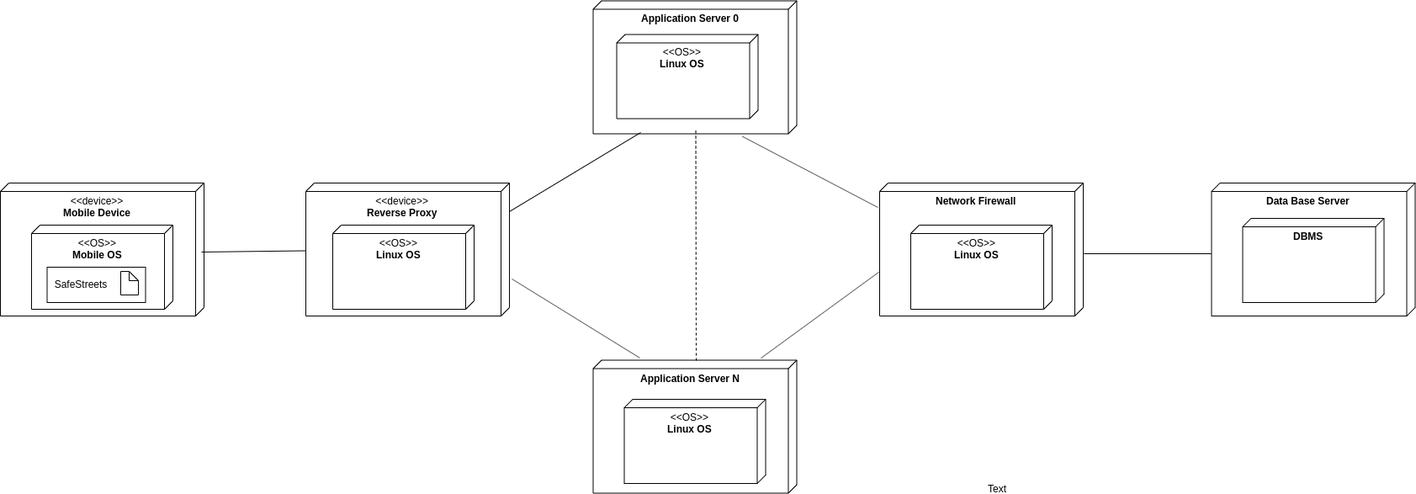
Earlier version of the draw.io export DD/img/DeploymentView.png (FrancescoAmorosini/SafeStreets). Source tidied: cells renumbered, new cells last; positions are measured from the earlier drawing's top-left corner, leaving out a move shared by most shapes. Its diagram source:
```xml
<mxGraphModel>
  <root>
    <mxCell id="0" />
    <mxCell id="1" parent="0" />
    <mxCell id="2" value="&amp;lt;&amp;lt;device&amp;gt;&amp;gt;&lt;br&gt;&lt;b&gt;Mobile Device&lt;/b&gt;" style="verticalAlign=top;align=center;spacingTop=8;spacingLeft=2;spacingRight=12;shape=cube;size=10;direction=south;fontStyle=0;html=1;" parent="1" vertex="1">
      <mxGeometry y="217" width="242" height="158" as="geometry" />
    </mxCell>
    <mxCell id="3" value="&amp;lt;&amp;lt;OS&amp;gt;&amp;gt;&lt;br&gt;&lt;b&gt;Mobile OS&lt;/b&gt;" style="verticalAlign=top;align=center;spacingTop=8;spacingLeft=2;spacingRight=12;shape=cube;size=10;direction=south;fontStyle=0;html=1;" parent="1" vertex="1">
      <mxGeometry x="37" y="267" width="168" height="100" as="geometry" />
    </mxCell>
    <mxCell id="4" value="&amp;nbsp; SafeStreets" style="html=1;align=left;verticalAlign=middle;" parent="1" vertex="1">
      <mxGeometry x="55.5" y="317" width="117" height="42" as="geometry" />
    </mxCell>
    <mxCell id="5" style="shape=note;whiteSpace=wrap;html=1;size=11;verticalAlign=top;align=left;spacingTop=-6;" parent="1" vertex="1">
      <mxGeometry x="143" y="322" width="21" height="28" as="geometry" />
    </mxCell>
    <mxCell id="6" value="&amp;lt;&amp;lt;device&amp;gt;&amp;gt;&lt;br&gt;&lt;b&gt;Reverse Proxy&lt;/b&gt;" style="verticalAlign=top;align=center;spacingTop=8;spacingLeft=2;spacingRight=12;shape=cube;size=10;direction=south;fontStyle=0;html=1;" parent="1" vertex="1">
      <mxGeometry x="363" y="217" width="242" height="158" as="geometry" />
    </mxCell>
    <mxCell id="7" value="&lt;b&gt;Data Base Server&lt;/b&gt;" style="verticalAlign=top;align=center;spacingTop=8;spacingLeft=2;spacingRight=12;shape=cube;size=10;direction=south;fontStyle=0;html=1;" parent="1" vertex="1">
      <mxGeometry x="1439.5" y="217" width="242" height="158" as="geometry" />
    </mxCell>
    <mxCell id="8" value="&lt;b&gt;Network Firewall&lt;/b&gt;" style="verticalAlign=top;align=center;spacingTop=8;spacingLeft=2;spacingRight=12;shape=cube;size=10;direction=south;fontStyle=0;html=1;" parent="1" vertex="1">
      <mxGeometry x="1045" y="217" width="242" height="158" as="geometry" />
    </mxCell>
    <mxCell id="9" value="&lt;b&gt;Application Server N&lt;/b&gt;" style="verticalAlign=top;align=center;spacingTop=8;spacingLeft=2;spacingRight=12;shape=cube;size=10;direction=south;fontStyle=0;html=1;" parent="1" vertex="1">
      <mxGeometry x="704.5" y="427.5" width="242" height="158" as="geometry" />
    </mxCell>
    <mxCell id="10" value="&lt;b&gt;Application Server 0&lt;/b&gt;" style="verticalAlign=top;align=center;spacingTop=8;spacingLeft=2;spacingRight=12;shape=cube;size=10;direction=south;fontStyle=0;html=1;" parent="1" vertex="1">
      <mxGeometry x="704.5" y="0.5" width="242" height="158" as="geometry" />
    </mxCell>
    <mxCell id="11" value="&amp;lt;&amp;lt;OS&amp;gt;&amp;gt;&lt;br&gt;&lt;b&gt;Linux OS&lt;/b&gt;" style="verticalAlign=top;align=center;spacingTop=8;spacingLeft=2;spacingRight=12;shape=cube;size=10;direction=south;fontStyle=0;html=1;" parent="1" vertex="1">
      <mxGeometry x="395" y="267" width="168" height="100" as="geometry" />
    </mxCell>
    <mxCell id="12" value="&lt;b&gt;DBMS&lt;/b&gt;" style="verticalAlign=top;align=center;spacingTop=8;spacingLeft=2;spacingRight=12;shape=cube;size=10;direction=south;fontStyle=0;html=1;" parent="1" vertex="1">
      <mxGeometry x="1476.5" y="259" width="168" height="100" as="geometry" />
    </mxCell>
    <mxCell id="13" value="&amp;lt;&amp;lt;OS&amp;gt;&amp;gt;&lt;br&gt;&lt;b&gt;Linux OS&lt;/b&gt;" style="verticalAlign=top;align=center;spacingTop=8;spacingLeft=2;spacingRight=12;shape=cube;size=10;direction=south;fontStyle=0;html=1;" parent="1" vertex="1">
      <mxGeometry x="732.5" y="40.5" width="168" height="100" as="geometry" />
    </mxCell>
    <mxCell id="14" value="&amp;lt;&amp;lt;OS&amp;gt;&amp;gt;&lt;br&gt;&lt;b&gt;Linux OS&lt;/b&gt;" style="verticalAlign=top;align=center;spacingTop=8;spacingLeft=2;spacingRight=12;shape=cube;size=10;direction=south;fontStyle=0;html=1;" parent="1" vertex="1">
      <mxGeometry x="741.5" y="474" width="168" height="100" as="geometry" />
    </mxCell>
    <mxCell id="15" value="&amp;lt;&amp;lt;OS&amp;gt;&amp;gt;&lt;br&gt;&lt;b&gt;Linux OS&lt;/b&gt;" style="verticalAlign=top;align=center;spacingTop=8;spacingLeft=2;spacingRight=12;shape=cube;size=10;direction=south;fontStyle=0;html=1;" parent="1" vertex="1">
      <mxGeometry x="1082" y="267" width="168" height="100" as="geometry" />
    </mxCell>
    <mxCell id="16" style="endArrow=none;html=1;" parent="1" edge="1" target="6">
      <mxGeometry relative="1" as="geometry">
        <mxPoint x="239" y="299" as="sourcePoint" />
      </mxGeometry>
    </mxCell>
    <mxCell id="17" style="endArrow=none;html=1;exitX=0.213;exitY=-0.002;exitDx=0;exitDy=0;exitPerimeter=0;" parent="1" edge="1" source="6">
      <mxGeometry relative="1" as="geometry">
        <mxPoint x="761" y="157" as="targetPoint" />
      </mxGeometry>
    </mxCell>
    <mxCell id="18" style="endArrow=none;html=1;exitX=1.02;exitY=0.267;exitDx=0;exitDy=0;exitPerimeter=0;" parent="1" edge="1" source="10">
      <mxGeometry relative="1" as="geometry">
        <mxPoint x="1043" y="246" as="targetPoint" />
      </mxGeometry>
    </mxCell>
    <mxCell id="19" style="endArrow=none;html=1;entryX=-0.017;entryY=0.771;entryDx=0;entryDy=0;entryPerimeter=0;" parent="1" edge="1" target="9">
      <mxGeometry relative="1" as="geometry">
        <mxPoint x="608" y="331" as="sourcePoint" />
      </mxGeometry>
    </mxCell>
    <mxCell id="20" style="endArrow=none;html=1;entryX=0.67;entryY=1.004;entryDx=0;entryDy=0;entryPerimeter=0;exitX=-0.015;exitY=0.176;exitDx=0;exitDy=0;exitPerimeter=0;" parent="1" edge="1" source="9" target="8">
      <mxGeometry relative="1" as="geometry" />
    </mxCell>
    <mxCell id="21" style="endArrow=none;html=1;entryX=0;entryY=0;entryDx=84;entryDy=241.99999999999997;entryPerimeter=0;" parent="1" edge="1" target="7">
      <mxGeometry relative="1" as="geometry">
        <mxPoint x="1288" y="301" as="sourcePoint" />
      </mxGeometry>
    </mxCell>
    <mxCell id="22" value="Text" style="text;html=1;align=left;verticalAlign=top;spacingTop=-4;" parent="1" vertex="1">
      <mxGeometry x="1172" y="571" width="32" height="14" as="geometry" />
    </mxCell>
    <mxCell id="23" style="endArrow=none;dashed=1;html=1;" parent="1" edge="1">
      <mxGeometry relative="1" as="geometry">
        <mxPoint x="827" y="428" as="sourcePoint" />
        <mxPoint x="826.5" y="152" as="targetPoint" />
      </mxGeometry>
    </mxCell>
  </root>
</mxGraphModel>
```
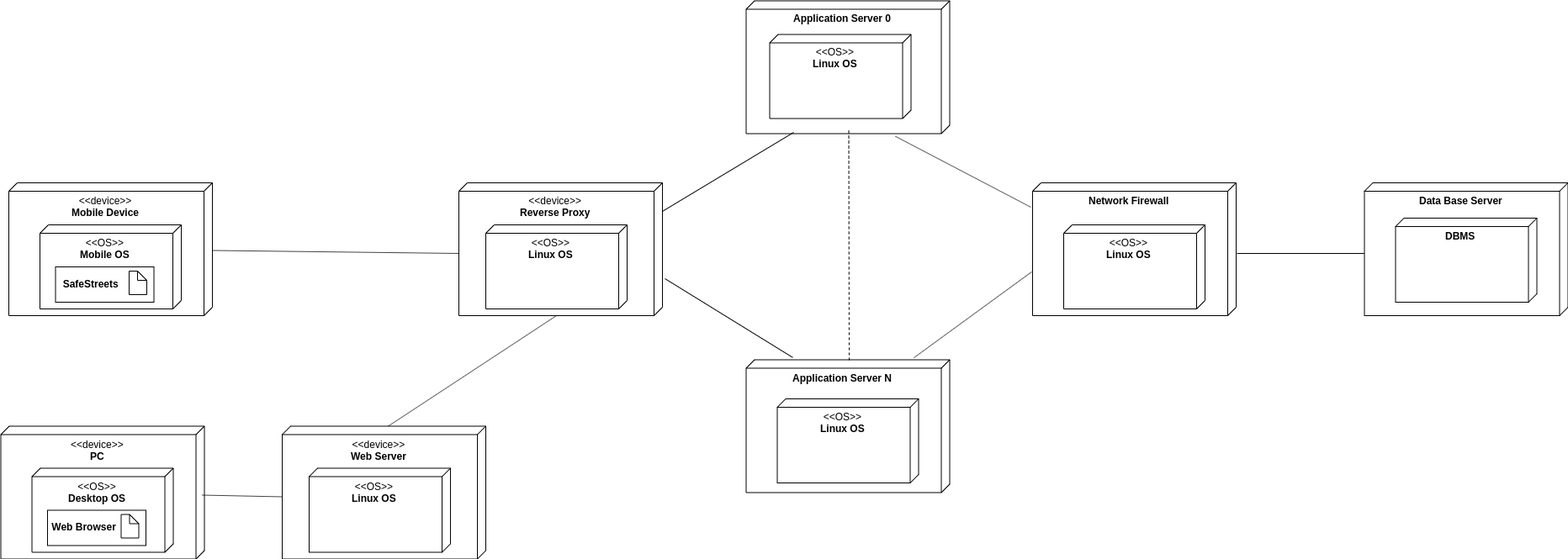
After the change.

Commit message:
Added Component Interfaces and fixed Deployment View

Change to the diagram source:
```diff
@@ -3,16 +3,16 @@
     <mxCell id="0" />
     <mxCell id="1" parent="0" />
     <mxCell id="2" value="&amp;lt;&amp;lt;device&amp;gt;&amp;gt;&lt;br&gt;&lt;b&gt;Mobile Device&lt;/b&gt;" style="verticalAlign=top;align=center;spacingTop=8;spacingLeft=2;spacingRight=12;shape=cube;size=10;direction=south;fontStyle=0;html=1;" parent="1" vertex="1">
-      <mxGeometry y="217" width="242" height="158" as="geometry" />
+      <mxGeometry x="-172" y="217" width="242" height="158" as="geometry" />
     </mxCell>
     <mxCell id="3" value="&amp;lt;&amp;lt;OS&amp;gt;&amp;gt;&lt;br&gt;&lt;b&gt;Mobile OS&lt;/b&gt;" style="verticalAlign=top;align=center;spacingTop=8;spacingLeft=2;spacingRight=12;shape=cube;size=10;direction=south;fontStyle=0;html=1;" parent="1" vertex="1">
-      <mxGeometry x="37" y="267" width="168" height="100" as="geometry" />
+      <mxGeometry x="-135" y="267" width="168" height="100" as="geometry" />
     </mxCell>
-    <mxCell id="4" value="&amp;nbsp; SafeStreets" style="html=1;align=left;verticalAlign=middle;" parent="1" vertex="1">
-      <mxGeometry x="55.5" y="317" width="117" height="42" as="geometry" />
+    <mxCell id="4" value="&lt;b&gt;&amp;nbsp; SafeStreets&lt;/b&gt;" style="html=1;align=left;verticalAlign=middle;" parent="1" vertex="1">
+      <mxGeometry x="-116.5" y="317" width="117" height="42" as="geometry" />
     </mxCell>
     <mxCell id="5" style="shape=note;whiteSpace=wrap;html=1;size=11;verticalAlign=top;align=left;spacingTop=-6;" parent="1" vertex="1">
-      <mxGeometry x="143" y="322" width="21" height="28" as="geometry" />
+      <mxGeometry x="-29" y="322" width="21" height="28" as="geometry" />
     </mxCell>
     <mxCell id="6" value="&amp;lt;&amp;lt;device&amp;gt;&amp;gt;&lt;br&gt;&lt;b&gt;Reverse Proxy&lt;/b&gt;" style="verticalAlign=top;align=center;spacingTop=8;spacingLeft=2;spacingRight=12;shape=cube;size=10;direction=south;fontStyle=0;html=1;" parent="1" vertex="1">
       <mxGeometry x="363" y="217" width="242" height="158" as="geometry" />
@@ -44,10 +44,8 @@
     <mxCell id="15" value="&amp;lt;&amp;lt;OS&amp;gt;&amp;gt;&lt;br&gt;&lt;b&gt;Linux OS&lt;/b&gt;" style="verticalAlign=top;align=center;spacingTop=8;spacingLeft=2;spacingRight=12;shape=cube;size=10;direction=south;fontStyle=0;html=1;" parent="1" vertex="1">
       <mxGeometry x="1082" y="267" width="168" height="100" as="geometry" />
     </mxCell>
-    <mxCell id="16" style="endArrow=none;html=1;" parent="1" edge="1" target="6">
-      <mxGeometry relative="1" as="geometry">
-        <mxPoint x="239" y="299" as="sourcePoint" />
-      </mxGeometry>
+    <mxCell id="16" style="endArrow=none;html=1;entryX=0;entryY=0;entryDx=84;entryDy=241.99999999999997;entryPerimeter=0;" parent="1" edge="1" source="2" target="6">
+      <mxGeometry relative="1" as="geometry" />
     </mxCell>
     <mxCell id="17" style="endArrow=none;html=1;exitX=0.213;exitY=-0.002;exitDx=0;exitDy=0;exitPerimeter=0;" parent="1" edge="1" source="6">
       <mxGeometry relative="1" as="geometry">
@@ -72,14 +70,37 @@
         <mxPoint x="1288" y="301" as="sourcePoint" />
       </mxGeometry>
     </mxCell>
-    <mxCell id="22" value="Text" style="text;html=1;align=left;verticalAlign=top;spacingTop=-4;" parent="1" vertex="1">
-      <mxGeometry x="1172" y="571" width="32" height="14" as="geometry" />
-    </mxCell>
     <mxCell id="23" style="endArrow=none;dashed=1;html=1;" parent="1" edge="1">
       <mxGeometry relative="1" as="geometry">
         <mxPoint x="827" y="428" as="sourcePoint" />
         <mxPoint x="826.5" y="152" as="targetPoint" />
       </mxGeometry>
     </mxCell>
+    <mxCell id="24" value="&amp;lt;&amp;lt;device&amp;gt;&amp;gt;&lt;br&gt;&lt;b&gt;PC&lt;/b&gt;" style="verticalAlign=top;align=center;spacingTop=8;spacingLeft=2;spacingRight=12;shape=cube;size=10;direction=south;fontStyle=0;html=1;" parent="1" vertex="1">
+      <mxGeometry x="-181.5" y="506.5" width="242" height="158" as="geometry" />
+    </mxCell>
+    <mxCell id="25" value="&amp;lt;&amp;lt;OS&amp;gt;&amp;gt;&lt;br&gt;&lt;b&gt;Desktop OS&lt;/b&gt;" style="verticalAlign=top;align=center;spacingTop=8;spacingLeft=2;spacingRight=12;shape=cube;size=10;direction=south;fontStyle=0;html=1;" parent="1" vertex="1">
+      <mxGeometry x="-144.5" y="556.5" width="168" height="100" as="geometry" />
+    </mxCell>
+    <mxCell id="26" value="&lt;b&gt;&amp;nbsp;Web Browser&lt;/b&gt;" style="html=1;align=left;verticalAlign=middle;" parent="1" vertex="1">
+      <mxGeometry x="-126" y="606.5" width="117" height="42" as="geometry" />
+    </mxCell>
+    <mxCell id="27" style="shape=note;whiteSpace=wrap;html=1;size=11;verticalAlign=top;align=left;spacingTop=-6;" parent="1" vertex="1">
+      <mxGeometry x="-38.5" y="611.5" width="21" height="28" as="geometry" />
+    </mxCell>
+    <mxCell id="28" value="&amp;lt;&amp;lt;device&amp;gt;&amp;gt;&lt;br&gt;&lt;b&gt;Web Server&lt;/b&gt;" style="verticalAlign=top;align=center;spacingTop=8;spacingLeft=2;spacingRight=12;shape=cube;size=10;direction=south;fontStyle=0;html=1;" parent="1" vertex="1">
+      <mxGeometry x="153" y="506.5" width="242" height="158" as="geometry" />
+    </mxCell>
+    <mxCell id="29" value="&amp;lt;&amp;lt;OS&amp;gt;&amp;gt;&lt;br&gt;&lt;b&gt;Linux OS&lt;/b&gt;" style="verticalAlign=top;align=center;spacingTop=8;spacingLeft=2;spacingRight=12;shape=cube;size=10;direction=south;fontStyle=0;html=1;" parent="1" vertex="1">
+      <mxGeometry x="185" y="556.5" width="168" height="100" as="geometry" />
+    </mxCell>
+    <mxCell id="30" style="endArrow=none;html=1;entryX=0;entryY=0;entryDx=84;entryDy=241.99999999999997;entryPerimeter=0;" parent="1" edge="1" target="28">
+      <mxGeometry relative="1" as="geometry">
+        <mxPoint x="57.5" y="588.5" as="sourcePoint" />
+      </mxGeometry>
+    </mxCell>
+    <mxCell id="31" style="endArrow=none;html=1;entryX=0;entryY=0;entryDx=157.99999999999997;entryDy=126;entryPerimeter=0;exitX=0;exitY=0;exitDx=0;exitDy=115.99999999999999;exitPerimeter=0;" parent="1" edge="1" source="28" target="6">
+      <mxGeometry relative="1" as="geometry" />
+    </mxCell>
   </root>
 </mxGraphModel>
```
